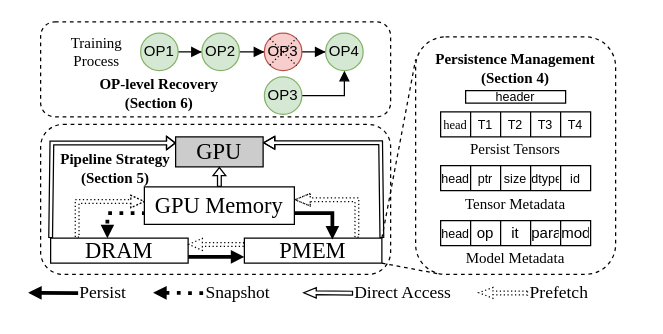
The draw.io diagram fig/system_design.drawio in icszhr/NCheck, before the edit. Source tidied: cells renumbered, new cells numbered last; positions are measured from the earlier drawing's top-left corner, leaving out a move shared by most shapes. Both pictures are drawn from the tidied source at 125%, with x=0, y=0 at pixel (28, 21).
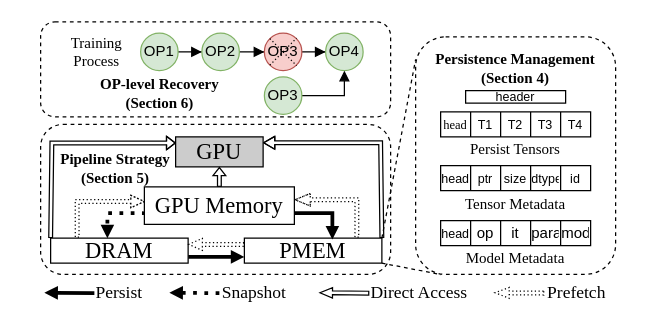
Above is the later version.

Unchanged cells that the change refers to:
```xml
<mxCell id="12" value="&lt;font face=&quot;Times New Roman&quot; style=&quot;font-size: 18px;&quot;&gt;PMEM&lt;/font&gt;" style="rounded=0;whiteSpace=wrap;html=1;" parent="1" vertex="1">
  <mxGeometry x="173" y="173" width="110" height="20" as="geometry" />
</mxCell>
<mxCell id="13" style="rounded=1;whiteSpace=wrap;html=1;dashed=1;" parent="1" vertex="1">
  <mxGeometry x="310" y="12" width="160" height="190" as="geometry" />
</mxCell>
```

Diff of the diagram source:
```diff
@@
-    <mxCell id="14" style="rounded=0;jettySize=auto;html=1;exitX=1;exitY=1;exitDx=0;exitDy=0;entryX=0.117;entryY=0.998;entryDx=0;entryDy=0;endArrow=none;endFill=0;dashed=1;entryPerimeter=0;" parent="1" edge="1" source="12" target="13">
+    <mxCell id="14" style="rounded=0;jettySize=auto;html=1;exitX=1;exitY=1;exitDx=0;exitDy=0;entryX=0.128;entryY=1.001;entryDx=0;entryDy=0;endArrow=none;endFill=0;dashed=1;entryPerimeter=0;" parent="1" edge="1" source="12" target="13">
       <mxGeometry relative="1" as="geometry" />
     </mxCell>
@@
     <mxCell id="42" value="&lt;font style=&quot;font-size: 14px;&quot; face=&quot;Times New Roman&quot;&gt;Persist&lt;/font&gt;" style="text;html=1;align=center;verticalAlign=middle;whiteSpace=wrap;rounded=0;" parent="1" vertex="1">
-      <mxGeometry x="30" y="202" width="60" height="30" as="geometry" />
+      <mxGeometry x="43" y="202" width="60" height="30" as="geometry" />
     </mxCell>
     <mxCell id="43" style="rounded=0;orthogonalLoop=1;jettySize=auto;html=1;strokeWidth=3;entryX=1;entryY=0.25;entryDx=0;entryDy=0;endArrow=block;endFill=1;endSize=3;dashed=1;dashPattern=1 2;" parent="1" edge="1">
       <mxGeometry relative="1" as="geometry">
-        <mxPoint x="140" y="217" as="sourcePoint" />
-        <mxPoint x="100" y="216.7" as="targetPoint" />
+        <mxPoint x="153" y="217" as="sourcePoint" />
+        <mxPoint x="113" y="216.7" as="targetPoint" />
       </mxGeometry>
     </mxCell>
     <mxCell id="44" value="&lt;font style=&quot;font-size: 14px;&quot; face=&quot;Times New Roman&quot;&gt;Snapshot&lt;/font&gt;" style="text;html=1;align=center;verticalAlign=middle;whiteSpace=wrap;rounded=0;" parent="1" vertex="1">
-      <mxGeometry x="138" y="202" width="60" height="30" as="geometry" />
+      <mxGeometry x="151" y="202" width="60" height="30" as="geometry" />
     </mxCell>
     <mxCell id="45" style="rounded=0;orthogonalLoop=1;jettySize=auto;html=1;strokeWidth=3;entryX=1;entryY=0.25;entryDx=0;entryDy=0;endArrow=block;endFill=1;endSize=3;" parent="1" edge="1">
       <mxGeometry relative="1" as="geometry">
-        <mxPoint x="40" y="217" as="sourcePoint" />
-        <mxPoint y="216.7" as="targetPoint" />
+        <mxPoint x="53" y="217" as="sourcePoint" />
+        <mxPoint x="13" y="216.7" as="targetPoint" />
       </mxGeometry>
     </mxCell>
     <mxCell id="46" style="rounded=0;orthogonalLoop=1;jettySize=auto;html=1;strokeWidth=1;entryX=1;entryY=0.25;entryDx=0;entryDy=0;endArrow=block;endFill=1;dashed=1;dashPattern=1 2;shape=flexArrow;width=3;startSize=6;endSize=3.4557692307692305;endWidth=4.615384615384615;" parent="1" edge="1">
       <mxGeometry relative="1" as="geometry">
-        <mxPoint x="400" y="217" as="sourcePoint" />
-        <mxPoint x="360" y="216.7" as="targetPoint" />
+        <mxPoint x="413" y="217" as="sourcePoint" />
+        <mxPoint x="373" y="216.7" as="targetPoint" />
       </mxGeometry>
     </mxCell>
     <mxCell id="47" value="&lt;font style=&quot;font-size: 14px;&quot; face=&quot;Times New Roman&quot;&gt;Prefetch&lt;/font&gt;" style="text;html=1;align=center;verticalAlign=middle;whiteSpace=wrap;rounded=0;" parent="1" vertex="1">
-      <mxGeometry x="385" y="202" width="80" height="30" as="geometry" />
+      <mxGeometry x="408" y="202" width="62" height="30" as="geometry" />
     </mxCell>
     <mxCell id="48" style="rounded=0;orthogonalLoop=1;jettySize=auto;html=1;strokeWidth=1;entryX=1;entryY=0.25;entryDx=0;entryDy=0;endArrow=block;endFill=1;shape=flexArrow;startSize=6;endSize=3;width=3;targetPerimeterSpacing=0;sourcePerimeterSpacing=0;startWidth=20;arcSize=20;endWidth=4.444444444444445;" parent="1" edge="1">
       <mxGeometry relative="1" as="geometry">
-        <mxPoint x="260" y="217" as="sourcePoint" />
-        <mxPoint x="220" y="216.7" as="targetPoint" />
+        <mxPoint x="273" y="217" as="sourcePoint" />
+        <mxPoint x="233" y="216.7" as="targetPoint" />
       </mxGeometry>
     </mxCell>
     <mxCell id="49" value="&lt;font style=&quot;font-size: 14px;&quot; face=&quot;Times New Roman&quot;&gt;Direct Access&lt;/font&gt;" style="text;html=1;align=center;verticalAlign=middle;whiteSpace=wrap;rounded=0;" parent="1" vertex="1">
-      <mxGeometry x="260" y="202" width="80" height="30" as="geometry" />
+      <mxGeometry x="273" y="212" width="80" height="10" as="geometry" />
     </mxCell>
     <mxCell id="50" value="&lt;font face=&quot;Times New Roman&quot;&gt;&lt;b&gt;Persistence Management&lt;/b&gt;&lt;/font&gt;&lt;div&gt;&lt;font face=&quot;Times New Roman&quot;&gt;&lt;b&gt;(Section 4)&lt;/b&gt;&lt;/font&gt;&lt;/div&gt;" style="text;html=1;align=center;verticalAlign=middle;whiteSpace=wrap;rounded=0;" parent="1" vertex="1">
-      <mxGeometry x="290" y="22" width="200" height="30" as="geometry" />
+      <mxGeometry x="310" y="22" width="160" height="30" as="geometry" />
     </mxCell>
@@
     <mxCell id="69" value="&lt;font face=&quot;Times New Roman&quot;&gt;&lt;b&gt;OP-level Recovery&lt;/b&gt;&lt;/font&gt;&lt;div&gt;&lt;font face=&quot;Times New Roman&quot;&gt;&lt;b&gt;(Section 6)&lt;/b&gt;&lt;/font&gt;&lt;/div&gt;" style="text;html=1;align=center;verticalAlign=middle;whiteSpace=wrap;rounded=0;" parent="1" vertex="1">
-      <mxGeometry x="5" y="42" width="200" height="30" as="geometry" />
+      <mxGeometry x="27.5" y="42" width="155" height="30" as="geometry" />
     </mxCell>
```
